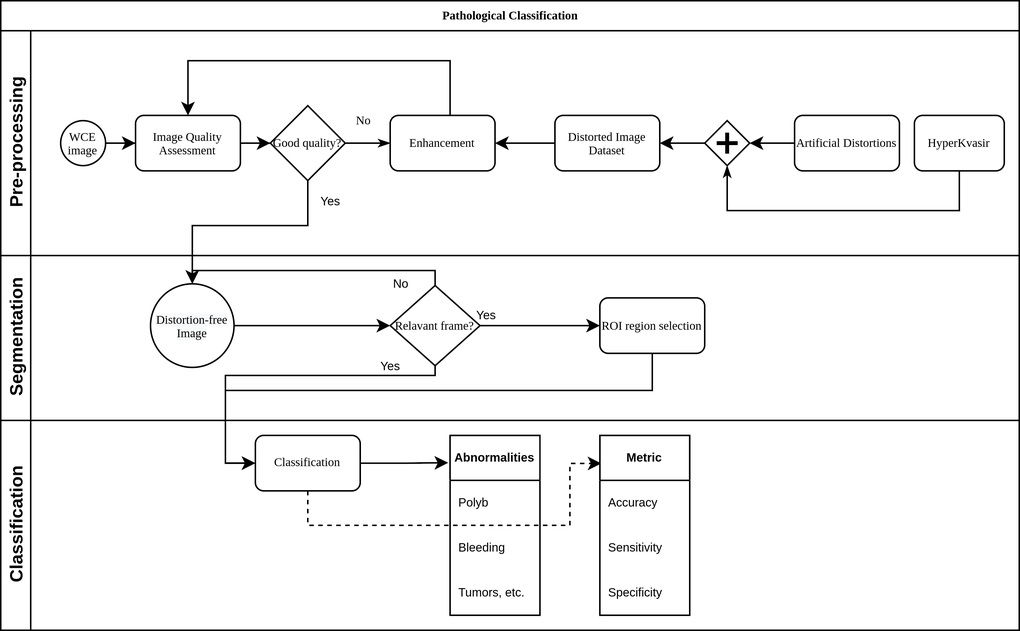
Earlier version of the draw.io export 2021/rep/Journee Scitifique/libs/algorithm.png (tansyab1/PhD-project). Source tidied: cells renumbered, new cells last; positions are measured from the earlier drawing's top-left corner, leaving out a move shared by most shapes.
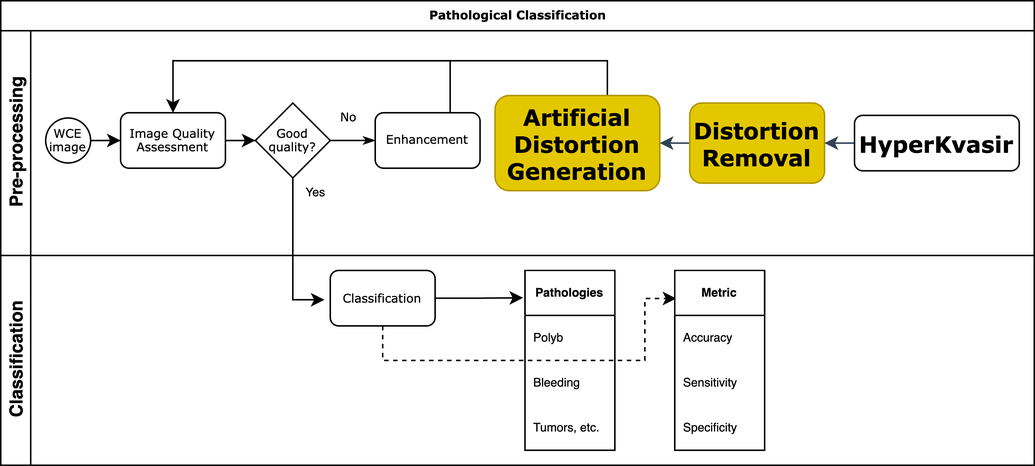
Later version of the same file.

Diff of the diagram source:
```diff
@@ -2,126 +2,84 @@
   <root>
     <mxCell id="0" />
     <mxCell id="1" parent="0" />
-    <mxCell id="2" value="Pathological Classification" style="swimlane;html=1;horizontal=1;startSize=20;rounded=0;shadow=0;labelBackgroundColor=none;strokeWidth=1;fontFamily=Verdana;fontSize=8;align=center;" parent="1" vertex="1">
-      <mxGeometry width="680" height="420" as="geometry" />
+    <mxCell id="2" value="&lt;b&gt;Pathological Classification&lt;/b&gt;" style="swimlane;html=1;horizontal=1;startSize=20;rounded=0;shadow=0;labelBackgroundColor=none;strokeWidth=1;fontFamily=Verdana;fontSize=8;align=center;fontStyle=0;" parent="1" vertex="1">
+      <mxGeometry width="690" height="310" as="geometry" />
     </mxCell>
     <mxCell id="3" value="Pre-processing" style="swimlane;html=1;startSize=20;horizontal=0;" parent="2" vertex="1">
-      <mxGeometry y="20" width="680" height="150" as="geometry" />
+      <mxGeometry y="20" width="690" height="150" as="geometry" />
     </mxCell>
     <mxCell id="4" style="edgeStyle=orthogonalEdgeStyle;rounded=0;jettySize=auto;html=1;entryX=0;entryY=0.5;entryDx=0;entryDy=0;" parent="3" edge="1" source="5" target="9">
       <mxGeometry relative="1" as="geometry" />
     </mxCell>
     <mxCell id="5" value="WCE image" style="ellipse;whiteSpace=wrap;html=1;rounded=0;shadow=0;labelBackgroundColor=none;strokeWidth=1;fontFamily=Verdana;fontSize=8;align=center;" parent="3" vertex="1">
-      <mxGeometry x="40" y="60" width="30" height="30" as="geometry" />
+      <mxGeometry x="30" y="58.2" width="30" height="30" as="geometry" />
     </mxCell>
     <mxCell id="6" style="edgeStyle=orthogonalEdgeStyle;rounded=0;jettySize=auto;html=1;entryX=0.5;entryY=0;entryDx=0;entryDy=0;" parent="3" edge="1" source="7" target="9">
       <mxGeometry relative="1" as="geometry">
         <Array as="points">
           <mxPoint x="300" y="20" />
-          <mxPoint x="125" y="20" />
+          <mxPoint x="115" y="20" />
         </Array>
       </mxGeometry>
     </mxCell>
     <mxCell id="7" value="Enhancement" style="rounded=1;whiteSpace=wrap;html=1;shadow=0;labelBackgroundColor=none;strokeWidth=1;fontFamily=Verdana;fontSize=8;align=center;" parent="3" vertex="1">
-      <mxGeometry x="260" y="56.5" width="70" height="37" as="geometry" />
+      <mxGeometry x="250" y="54.7" width="70" height="37" as="geometry" />
     </mxCell>
     <mxCell id="8" style="edgeStyle=orthogonalEdgeStyle;rounded=0;jettySize=auto;html=1;entryX=0;entryY=0.5;entryDx=0;entryDy=0;entryPerimeter=0;" parent="3" edge="1" source="9" target="14">
       <mxGeometry relative="1" as="geometry" />
     </mxCell>
     <mxCell id="9" value="Image Quality Assessment" style="rounded=1;whiteSpace=wrap;html=1;shadow=0;labelBackgroundColor=none;strokeWidth=1;fontFamily=Verdana;fontSize=8;align=center;" parent="3" vertex="1">
-      <mxGeometry x="90" y="56.5" width="70" height="37" as="geometry" />
+      <mxGeometry x="80" y="54.7" width="70" height="37" as="geometry" />
     </mxCell>
-    <mxCell id="10" style="edgeStyle=orthogonalEdgeStyle;rounded=0;jettySize=auto;html=1;entryX=1;entryY=0.5;entryDx=0;entryDy=0;" parent="3" edge="1" source="11" target="7">
-      <mxGeometry relative="1" as="geometry" />
-    </mxCell>
-    <mxCell id="11" value="Distorted Image Dataset" style="rounded=1;whiteSpace=wrap;html=1;shadow=0;labelBackgroundColor=none;strokeWidth=1;fontFamily=Verdana;fontSize=8;align=center;" parent="3" vertex="1">
-      <mxGeometry x="370" y="56.5" width="70" height="37" as="geometry" />
-    </mxCell>
-    <mxCell id="12" style="edgeStyle=orthogonalEdgeStyle;rounded=0;jettySize=auto;html=1;entryX=1;entryY=0.5;entryDx=0;entryDy=0;" parent="3" edge="1" source="13" target="11">
-      <mxGeometry relative="1" as="geometry" />
-    </mxCell>
-    <mxCell id="13" style="shape=mxgraph.bpmn.shape;html=1;verticalLabelPosition=bottom;labelBackgroundColor=#ffffff;verticalAlign=top;perimeter=rhombusPerimeter;background=gateway;outline=none;symbol=parallelGw;rounded=1;shadow=0;strokeWidth=1;fontFamily=Verdana;fontSize=8;align=center;" parent="3" vertex="1">
-      <mxGeometry x="470" y="60" width="30" height="30" as="geometry" />
-    </mxCell>
+    <mxCell id="46" style="edgeStyle=orthogonalEdgeStyle;rounded=0;jettySize=auto;html=1;entryX=0.5;entryY=0;entryDx=0;entryDy=0;fontSize=50;" parent="3" edge="1" source="47" target="9">
+      <mxGeometry relative="1" as="geometry">
+        <Array as="points">
+          <mxPoint x="405" y="20" />
+          <mxPoint x="115" y="20" />
+        </Array>
+      </mxGeometry>
+    </mxCell>
+    <mxCell id="47" value="&lt;b&gt;Artificial Distortion Generation&lt;/b&gt;" style="rounded=1;whiteSpace=wrap;html=1;shadow=0;labelBackgroundColor=none;strokeWidth=1;fontFamily=Verdana;fontSize=15;align=center;fillColor=#e3c800;strokeColor=#B09500;fontColor=#000000;" parent="3" vertex="1">
+      <mxGeometry x="330" y="43.2" width="110" height="63.5" as="geometry" />
+    </mxCell>
+    <mxCell id="48" style="edgeStyle=orthogonalEdgeStyle;rounded=0;jettySize=auto;html=1;entryX=1;entryY=0.5;entryDx=0;entryDy=0;exitX=0;exitY=0.5;exitDx=0;exitDy=0;fontSize=15;fillColor=#647687;strokeColor=#314354;" parent="3" edge="1" source="50" target="47">
+      <mxGeometry relative="1" as="geometry" />
+    </mxCell>
     <mxCell id="14" value="Good quality?" style="strokeWidth=1;html=1;shape=mxgraph.flowchart.decision;whiteSpace=wrap;rounded=1;shadow=0;labelBackgroundColor=none;fontFamily=Verdana;fontSize=8;align=center;" parent="3" vertex="1">
-      <mxGeometry x="180" y="50" width="50" height="50" as="geometry" />
+      <mxGeometry x="170" y="48.2" width="50" height="50" as="geometry" />
     </mxCell>
     <mxCell id="15" value="No" style="edgeStyle=orthogonalEdgeStyle;rounded=0;html=1;labelBackgroundColor=none;startArrow=none;startFill=0;startSize=5;endArrow=classicThin;endFill=1;endSize=5;jettySize=auto;strokeWidth=1;fontFamily=Verdana;fontSize=8;exitX=1;exitY=0.5;exitDx=0;exitDy=0;exitPerimeter=0;entryX=0;entryY=0.5;entryDx=0;entryDy=0;" parent="3" edge="1" source="14" target="7">
       <mxGeometry x="-0.2" y="15" relative="1" as="geometry" />
     </mxCell>
+    <mxCell id="49" style="edgeStyle=orthogonalEdgeStyle;rounded=0;jettySize=auto;html=1;entryX=1;entryY=0.5;entryDx=0;entryDy=0;fontSize=15;fillColor=#647687;strokeColor=#314354;" parent="3" edge="1" source="16" target="50">
+      <mxGeometry relative="1" as="geometry" />
+    </mxCell>
-    <mxCell id="16" value="HyperKvasir" style="rounded=1;whiteSpace=wrap;html=1;shadow=0;labelBackgroundColor=none;strokeWidth=1;fontFamily=Verdana;fontSize=8;align=center;" parent="3" vertex="1">
-      <mxGeometry x="610" y="56.5" width="60" height="37" as="geometry" />
+    <mxCell id="16" value="&lt;b&gt;HyperKvasir&lt;/b&gt;" style="rounded=1;whiteSpace=wrap;html=1;shadow=0;labelBackgroundColor=none;strokeWidth=1;fontFamily=Verdana;fontSize=15;align=center;" parent="3" vertex="1">
+      <mxGeometry x="570" y="56.5" width="110" height="37" as="geometry" />
     </mxCell>
-    <mxCell id="17" style="edgeStyle=orthogonalEdgeStyle;rounded=0;jettySize=auto;html=1;entryX=1;entryY=0.5;entryDx=0;entryDy=0;" parent="3" edge="1" source="18" target="13">
-      <mxGeometry relative="1" as="geometry" />
-    </mxCell>
-    <mxCell id="18" value="Artificial Distortions" style="rounded=1;whiteSpace=wrap;html=1;shadow=0;labelBackgroundColor=none;strokeWidth=1;fontFamily=Verdana;fontSize=8;align=center;" parent="3" vertex="1">
-      <mxGeometry x="530" y="56.5" width="70" height="37" as="geometry" />
-    </mxCell>
-    <mxCell id="19" style="edgeStyle=orthogonalEdgeStyle;rounded=0;html=1;entryX=0.5;entryY=1;labelBackgroundColor=none;startArrow=none;startFill=0;startSize=5;endArrow=classicThin;endFill=1;endSize=5;jettySize=auto;strokeWidth=1;fontFamily=Verdana;fontSize=8;exitX=0.5;exitY=1;exitDx=0;exitDy=0;" parent="3" edge="1" source="16" target="13">
-      <mxGeometry relative="1" as="geometry">
-        <Array as="points">
-          <mxPoint x="640" y="120" />
-          <mxPoint x="485" y="120" />
-        </Array>
-      </mxGeometry>
-    </mxCell>
-    <mxCell id="20" value="Segmentation" style="swimlane;html=1;startSize=20;horizontal=0;" parent="2" vertex="1">
-      <mxGeometry y="170" width="680" height="110" as="geometry" />
-    </mxCell>
-    <mxCell id="21" value="ROI region selection" style="rounded=1;whiteSpace=wrap;html=1;shadow=0;labelBackgroundColor=none;strokeWidth=1;fontFamily=Verdana;fontSize=8;align=center;" parent="20" vertex="1">
-      <mxGeometry x="400" y="28.3" width="70" height="37" as="geometry" />
-    </mxCell>
-    <mxCell id="22" style="edgeStyle=orthogonalEdgeStyle;rounded=0;jettySize=auto;html=1;entryX=0;entryY=0.5;entryDx=0;entryDy=0;fontSize=8;" parent="20" edge="1" source="26" target="21">
-      <mxGeometry relative="1" as="geometry" />
-    </mxCell>
-    <mxCell id="23" value="Yes" style="edgeLabel;html=1;align=center;verticalAlign=middle;fontSize=8;" parent="22" vertex="1">
-      <mxGeometry x="-0.78" relative="1" as="geometry">
-        <mxPoint x="-5" y="-7" as="offset" />
-      </mxGeometry>
-    </mxCell>
-    <mxCell id="24" style="edgeStyle=orthogonalEdgeStyle;rounded=0;jettySize=auto;html=1;fontSize=8;entryX=0.5;entryY=0;entryDx=0;entryDy=0;" parent="20" edge="1" source="26" target="28">
-      <mxGeometry relative="1" as="geometry">
-        <Array as="points">
-          <mxPoint x="290" y="10" />
-          <mxPoint x="128" y="10" />
-        </Array>
-      </mxGeometry>
-    </mxCell>
-    <mxCell id="25" value="No" style="edgeLabel;html=1;align=center;verticalAlign=middle;fontSize=8;" parent="24" vertex="1">
-      <mxGeometry x="-0.42" y="1" relative="1" as="geometry">
-        <mxPoint x="19" y="8" as="offset" />
-      </mxGeometry>
-    </mxCell>
-    <mxCell id="26" value="Relavant frame?" style="strokeWidth=1;html=1;shape=mxgraph.flowchart.decision;whiteSpace=wrap;rounded=1;shadow=0;labelBackgroundColor=none;fontFamily=Verdana;fontSize=8;align=center;" parent="20" vertex="1">
-      <mxGeometry x="260" y="20" width="60" height="53.5" as="geometry" />
-    </mxCell>
-    <mxCell id="27" style="edgeStyle=orthogonalEdgeStyle;rounded=0;jettySize=auto;html=1;entryX=0;entryY=0.5;entryDx=0;entryDy=0;entryPerimeter=0;fontSize=8;" parent="20" edge="1" source="28" target="26">
-      <mxGeometry relative="1" as="geometry" />
-    </mxCell>
-    <mxCell id="28" value="&lt;span style=&quot;color: rgb(0, 0, 0); font-family: verdana; font-size: 8px; font-style: normal; font-weight: normal; letter-spacing: normal; text-align: center; text-indent: 0px; text-transform: none; word-spacing: 0px; background-color: rgb(248, 249, 250); text-decoration: none; display: inline; float: none;&quot;&gt;Distortion-free Image&lt;/span&gt;" style="ellipse;whiteSpace=wrap;html=1;fontSize=8;align=center;" parent="20" vertex="1">
-      <mxGeometry x="100" y="18.9" width="55.8" height="55.8" as="geometry" />
-    </mxCell>
+    <mxCell id="50" value="&lt;b&gt;Distortion Removal&lt;/b&gt;" style="rounded=1;whiteSpace=wrap;html=1;shadow=0;labelBackgroundColor=none;strokeWidth=1;fontFamily=Verdana;fontSize=15;align=center;fillColor=#e3c800;strokeColor=#B09500;fontColor=#000000;" parent="3" vertex="1">
+      <mxGeometry x="460" y="48.2" width="90" height="53.5" as="geometry" />
+    </mxCell>
     <mxCell id="29" value="Classification" style="swimlane;html=1;startSize=20;horizontal=0;" parent="2" vertex="1">
-      <mxGeometry y="280" width="680" height="140" as="geometry" />
+      <mxGeometry y="170" width="690" height="140" as="geometry" />
     </mxCell>
-    <mxCell id="30" style="edgeStyle=orthogonalEdgeStyle;rounded=0;jettySize=auto;html=1;entryX=-0.021;entryY=0.152;entryDx=0;entryDy=0;fontSize=8;entryPerimeter=0;" parent="29" edge="1" source="32" target="37">
-      <mxGeometry relative="1" as="geometry" />
-    </mxCell>
+    <mxCell id="51" style="edgeStyle=orthogonalEdgeStyle;rounded=0;jettySize=auto;html=1;entryX=-0.021;entryY=0.152;entryDx=0;entryDy=0;fontSize=8;entryPerimeter=0;" parent="29" edge="1" source="32" target="52">
+      <mxGeometry relative="1" as="geometry" />
+    </mxCell>
     <mxCell id="31" style="edgeStyle=orthogonalEdgeStyle;rounded=0;jettySize=auto;html=1;entryX=0.017;entryY=0.156;entryDx=0;entryDy=0;entryPerimeter=0;fontSize=8;dashed=1;" parent="29" edge="1" source="32" target="33">
       <mxGeometry relative="1" as="geometry">
         <Array as="points">
-          <mxPoint x="205" y="70" />
-          <mxPoint x="380" y="70" />
-          <mxPoint x="380" y="29" />
+          <mxPoint x="255" y="70" />
+          <mxPoint x="430" y="70" />
+          <mxPoint x="430" y="29" />
         </Array>
       </mxGeometry>
     </mxCell>
     <mxCell id="32" value="Classification" style="rounded=1;whiteSpace=wrap;html=1;shadow=0;labelBackgroundColor=none;strokeWidth=1;fontFamily=Verdana;fontSize=8;align=center;" parent="29" vertex="1">
-      <mxGeometry x="170" y="10" width="70" height="37" as="geometry" />
+      <mxGeometry x="220" y="10" width="70" height="37" as="geometry" />
     </mxCell>
     <mxCell id="33" value="Metric" style="swimlane;fontStyle=1;horizontal=1;startSize=30;fontSize=8;" parent="29" vertex="1">
-      <mxGeometry x="400" y="10" width="60" height="120" as="geometry" />
+      <mxGeometry x="450" y="10" width="60" height="120" as="geometry" />
     </mxCell>
     <mxCell id="34" value="Accuracy" style="text;strokeColor=none;fillColor=none;align=left;verticalAlign=middle;spacingLeft=4;spacingRight=4;overflow=hidden;fontSize=8;" parent="33" vertex="1">
       <mxGeometry y="30" width="60" height="30" as="geometry" />
@@ -132,53 +90,29 @@
     <mxCell id="36" value="Specificity" style="text;strokeColor=none;fillColor=none;align=left;verticalAlign=middle;spacingLeft=4;spacingRight=4;overflow=hidden;fontSize=8;" parent="33" vertex="1">
       <mxGeometry y="90" width="60" height="30" as="geometry" />
     </mxCell>
-    <mxCell id="37" value="Abnormalities" style="swimlane;fontStyle=1;horizontal=1;startSize=30;fontSize=8;" parent="29" vertex="1">
-      <mxGeometry x="300" y="10" width="60" height="120" as="geometry" />
-    </mxCell>
+    <mxCell id="52" value="Pathologies" style="swimlane;fontStyle=1;horizontal=1;startSize=30;fontSize=8;" parent="29" vertex="1">
+      <mxGeometry x="350" y="10" width="60" height="120" as="geometry" />
+    </mxCell>
-    <mxCell id="38" value="Polyb" style="text;strokeColor=none;fillColor=none;align=left;verticalAlign=middle;spacingLeft=4;spacingRight=4;overflow=hidden;fontSize=8;" parent="37" vertex="1">
+    <mxCell id="38" value="Polyb" style="text;strokeColor=none;fillColor=none;align=left;verticalAlign=middle;spacingLeft=4;spacingRight=4;overflow=hidden;fontSize=8;" parent="52" vertex="1">
       <mxGeometry y="30" width="60" height="30" as="geometry" />
     </mxCell>
-    <mxCell id="39" value="Bleeding" style="text;strokeColor=none;fillColor=none;align=left;verticalAlign=middle;spacingLeft=4;spacingRight=4;overflow=hidden;fontSize=8;" parent="37" vertex="1">
+    <mxCell id="39" value="Bleeding" style="text;strokeColor=none;fillColor=none;align=left;verticalAlign=middle;spacingLeft=4;spacingRight=4;overflow=hidden;fontSize=8;" parent="52" vertex="1">
       <mxGeometry y="60" width="60" height="30" as="geometry" />
     </mxCell>
-    <mxCell id="40" value="Tumors, etc." style="text;strokeColor=none;fillColor=none;align=left;verticalAlign=middle;spacingLeft=4;spacingRight=4;overflow=hidden;fontSize=8;" parent="37" vertex="1">
+    <mxCell id="40" value="Tumors, etc." style="text;strokeColor=none;fillColor=none;align=left;verticalAlign=middle;spacingLeft=4;spacingRight=4;overflow=hidden;fontSize=8;" parent="52" vertex="1">
       <mxGeometry y="90" width="60" height="30" as="geometry" />
     </mxCell>
-    <mxCell id="41" style="edgeStyle=orthogonalEdgeStyle;rounded=0;jettySize=auto;html=1;entryX=0.5;entryY=0;entryDx=0;entryDy=0;" parent="2" edge="1" source="14" target="28">
-      <mxGeometry relative="1" as="geometry">
-        <Array as="points">
-          <mxPoint x="205" y="150" />
-          <mxPoint x="128" y="150" />
-        </Array>
-      </mxGeometry>
-    </mxCell>
+    <mxCell id="53" style="edgeStyle=orthogonalEdgeStyle;rounded=0;jettySize=auto;html=1;entryX=-0.055;entryY=0.529;entryDx=0;entryDy=0;entryPerimeter=0;" parent="2" edge="1" source="14" target="32">
+      <mxGeometry relative="1" as="geometry">
+        <Array as="points">
+          <mxPoint x="195" y="200" />
+        </Array>
+      </mxGeometry>
+    </mxCell>
-    <mxCell id="42" value="&lt;font style=&quot;font-size: 8px&quot;&gt;Yes&lt;/font&gt;" style="edgeLabel;html=1;align=center;verticalAlign=middle;" parent="41" vertex="1">
+    <mxCell id="42" value="&lt;font style=&quot;font-size: 8px&quot;&gt;Yes&lt;/font&gt;" style="edgeLabel;html=1;align=center;verticalAlign=middle;" parent="53" vertex="1">
       <mxGeometry x="-0.83" y="1" relative="1" as="geometry">
         <mxPoint x="14" as="offset" />
       </mxGeometry>
     </mxCell>
-    <mxCell id="43" style="edgeStyle=orthogonalEdgeStyle;rounded=0;jettySize=auto;html=1;entryX=0;entryY=0.5;entryDx=0;entryDy=0;fontSize=8;" parent="2" edge="1" source="21" target="32">
-      <mxGeometry relative="1" as="geometry">
-        <Array as="points">
-          <mxPoint x="435" y="260" />
-          <mxPoint x="150" y="260" />
-          <mxPoint x="150" y="309" />
-        </Array>
-      </mxGeometry>
-    </mxCell>
-    <mxCell id="44" style="edgeStyle=orthogonalEdgeStyle;rounded=0;jettySize=auto;html=1;entryX=0;entryY=0.5;entryDx=0;entryDy=0;exitX=0.5;exitY=1;exitDx=0;exitDy=0;exitPerimeter=0;" parent="2" edge="1" source="26" target="32">
-      <mxGeometry relative="1" as="geometry">
-        <Array as="points">
-          <mxPoint x="290" y="250" />
-          <mxPoint x="150" y="250" />
-          <mxPoint x="150" y="309" />
-        </Array>
-      </mxGeometry>
-    </mxCell>
-    <mxCell id="45" value="Yes" style="edgeLabel;html=1;align=center;verticalAlign=middle;fontSize=8;" parent="44" vertex="1">
-      <mxGeometry x="-0.65" y="-1" relative="1" as="geometry">
-        <mxPoint x="3" y="-5" as="offset" />
-      </mxGeometry>
-    </mxCell>
   </root>
 </mxGraphModel>
```
